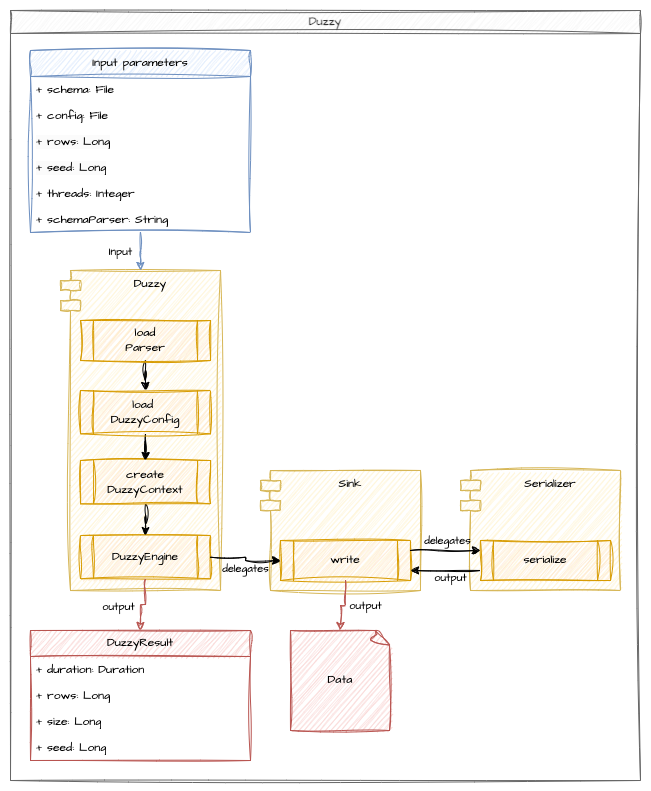
Before: docs/images/duzzy_main.png, a diagram exported from draw.io (bhagenbourger/duzzy). Source tidied: cells renumbered, new cells last; positions are measured from the earlier drawing's top-left corner, leaving out a move shared by most shapes.
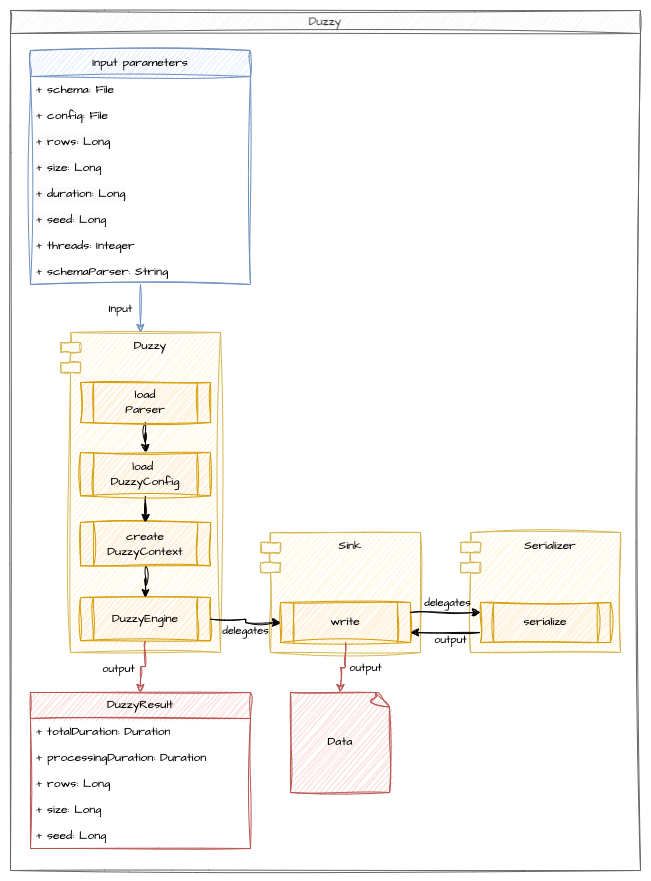
Later version of the same file.

Change to the diagram source:
```diff
@@ -3,16 +3,16 @@
     <mxCell id="0" />
     <mxCell id="1" parent="0" />
     <mxCell id="2" value="Duzzy" style="swimlane;whiteSpace=wrap;html=1;sketch=1;hachureGap=4;jiggle=2;curveFitting=1;fontFamily=Architects Daughter;fontSource=https%3A%2F%2Ffonts.googleapis.com%2Fcss%3Ffamily%3DArchitects%2BDaughter;fillColor=#f5f5f5;fontColor=#333333;strokeColor=#666666;" parent="1" vertex="1">
-      <mxGeometry width="630" height="770" as="geometry" />
+      <mxGeometry width="630" height="860" as="geometry" />
     </mxCell>
     <mxCell id="3" value="Serializer" style="shape=module;align=left;spacingLeft=20;align=center;verticalAlign=top;whiteSpace=wrap;html=1;sketch=1;hachureGap=4;jiggle=2;curveFitting=1;fontFamily=Architects Daughter;fontSource=https%3A%2F%2Ffonts.googleapis.com%2Fcss%3Ffamily%3DArchitects%2BDaughter;fillColor=#fff2cc;strokeColor=#d6b656;" parent="2" vertex="1">
-      <mxGeometry x="450" y="460" width="160" height="120" as="geometry" />
+      <mxGeometry x="450" y="522" width="160" height="120" as="geometry" />
     </mxCell>
     <mxCell id="4" value="serialize" style="shape=process;whiteSpace=wrap;html=1;backgroundOutline=1;sketch=1;hachureGap=4;jiggle=2;curveFitting=1;fontFamily=Architects Daughter;fontSource=https%3A%2F%2Ffonts.googleapis.com%2Fcss%3Ffamily%3DArchitects%2BDaughter;fillColor=#ffe6cc;strokeColor=#d79b00;" parent="3" vertex="1">
       <mxGeometry x="20" y="70" width="130" height="40" as="geometry" />
     </mxCell>
     <mxCell id="5" value="Sink" style="shape=module;align=left;spacingLeft=20;align=center;verticalAlign=top;whiteSpace=wrap;html=1;sketch=1;hachureGap=4;jiggle=2;curveFitting=1;fontFamily=Architects Daughter;fontSource=https%3A%2F%2Ffonts.googleapis.com%2Fcss%3Ffamily%3DArchitects%2BDaughter;fillColor=#fff2cc;strokeColor=#d6b656;" parent="2" vertex="1">
-      <mxGeometry x="250" y="460" width="160" height="120" as="geometry" />
+      <mxGeometry x="250" y="522" width="160" height="120" as="geometry" />
     </mxCell>
     <mxCell id="6" value="write" style="shape=process;whiteSpace=wrap;html=1;backgroundOutline=1;sketch=1;hachureGap=4;jiggle=2;curveFitting=1;fontFamily=Architects Daughter;fontSource=https%3A%2F%2Ffonts.googleapis.com%2Fcss%3Ffamily%3DArchitects%2BDaughter;fillColor=#ffe6cc;strokeColor=#d79b00;" parent="5" vertex="1">
       <mxGeometry x="20" y="70" width="130" height="40" as="geometry" />
@@ -30,7 +30,7 @@
       <mxGeometry x="-0.2" y="-1" relative="1" as="geometry" />
     </mxCell>
     <mxCell id="11" value="Duzzy" style="shape=module;align=left;spacingLeft=20;align=center;verticalAlign=top;whiteSpace=wrap;html=1;sketch=1;hachureGap=4;jiggle=2;curveFitting=1;fontFamily=Architects Daughter;fontSource=https%3A%2F%2Ffonts.googleapis.com%2Fcss%3Ffamily%3DArchitects%2BDaughter;fillColor=#fff2cc;strokeColor=#d6b656;" parent="2" vertex="1">
-      <mxGeometry x="50" y="260" width="160" height="320" as="geometry" />
+      <mxGeometry x="50" y="322" width="160" height="320" as="geometry" />
     </mxCell>
     <mxCell id="12" value="DuzzyEngine" style="shape=process;whiteSpace=wrap;html=1;backgroundOutline=1;sketch=1;hachureGap=4;jiggle=2;curveFitting=1;fontFamily=Architects Daughter;fontSource=https%3A%2F%2Ffonts.googleapis.com%2Fcss%3Ffamily%3DArchitects%2BDaughter;fillColor=#ffe6cc;strokeColor=#d79b00;" parent="11" vertex="1">
       <mxGeometry x="20" y="265" width="130" height="43.3" as="geometry" />
@@ -57,20 +57,23 @@
       <mxGeometry x="0.01" relative="1" as="geometry" />
     </mxCell>
     <mxCell id="20" value="DuzzyResult" style="swimlane;fontStyle=0;horizontal=1;startSize=26;fillColor=#f8cecc;whiteSpace=wrap;html=1;sketch=1;hachureGap=4;jiggle=2;curveFitting=1;fontFamily=Architects Daughter;fontSource=https%3A%2F%2Ffonts.googleapis.com%2Fcss%3Ffamily%3DArchitects%2BDaughter;swimlaneLine=1;strokeColor=#b85450;" parent="2" vertex="1">
-      <mxGeometry x="20" y="620" width="220" height="130" as="geometry" />
+      <mxGeometry x="20" y="682" width="220" height="156" as="geometry" />
     </mxCell>
-    <mxCell id="21" value="+ duration: Duration" style="text;strokeColor=none;fillColor=none;align=left;verticalAlign=top;spacingLeft=4;spacingRight=4;overflow=hidden;whiteSpace=wrap;html=1;fontFamily=Architects Daughter;fontSource=https%3A%2F%2Ffonts.googleapis.com%2Fcss%3Ffamily%3DArchitects%2BDaughter;" parent="20" vertex="1">
+    <mxCell id="21" value="+ totalDuration: Duration" style="text;strokeColor=none;fillColor=none;align=left;verticalAlign=top;spacingLeft=4;spacingRight=4;overflow=hidden;whiteSpace=wrap;html=1;fontFamily=Architects Daughter;fontSource=https%3A%2F%2Ffonts.googleapis.com%2Fcss%3Ffamily%3DArchitects%2BDaughter;" parent="20" vertex="1">
       <mxGeometry y="26" width="220" height="26" as="geometry" />
     </mxCell>
+    <mxCell id="24" value="+ processingDuration: Duration" style="text;strokeColor=none;fillColor=none;align=left;verticalAlign=top;spacingLeft=4;spacingRight=4;overflow=hidden;whiteSpace=wrap;html=1;fontFamily=Architects Daughter;fontSource=https%3A%2F%2Ffonts.googleapis.com%2Fcss%3Ffamily%3DArchitects%2BDaughter;" parent="20" vertex="1">
+      <mxGeometry y="52" width="220" height="26" as="geometry" />
+    </mxCell>
     <mxCell id="22" value="+ rows: Long" style="text;strokeColor=none;fillColor=none;align=left;verticalAlign=top;spacingLeft=4;spacingRight=4;overflow=hidden;whiteSpace=wrap;html=1;fontFamily=Architects Daughter;fontSource=https%3A%2F%2Ffonts.googleapis.com%2Fcss%3Ffamily%3DArchitects%2BDaughter;" parent="20" vertex="1">
-      <mxGeometry y="52" width="220" height="26" as="geometry" />
+      <mxGeometry y="78" width="220" height="26" as="geometry" />
     </mxCell>
     <mxCell id="23" value="+ size: Long" style="text;strokeColor=none;fillColor=none;align=left;verticalAlign=top;spacingLeft=4;spacingRight=4;overflow=hidden;whiteSpace=wrap;html=1;fontFamily=Architects Daughter;fontSource=https%3A%2F%2Ffonts.googleapis.com%2Fcss%3Ffamily%3DArchitects%2BDaughter;" parent="20" vertex="1">
-      <mxGeometry y="78" width="220" height="26" as="geometry" />
+      <mxGeometry y="104" width="220" height="26" as="geometry" />
     </mxCell>
-    <mxCell id="24" value="+ seed: Long" style="text;strokeColor=none;fillColor=none;align=left;verticalAlign=top;spacingLeft=4;spacingRight=4;overflow=hidden;whiteSpace=wrap;html=1;fontFamily=Architects Daughter;fontSource=https%3A%2F%2Ffonts.googleapis.com%2Fcss%3Ffamily%3DArchitects%2BDaughter;" parent="20" vertex="1">
-      <mxGeometry y="104" width="220" height="26" as="geometry" />
-    </mxCell>
+    <mxCell id="38" value="+ seed: Long" style="text;strokeColor=none;fillColor=none;align=left;verticalAlign=top;spacingLeft=4;spacingRight=4;overflow=hidden;whiteSpace=wrap;html=1;fontFamily=Architects Daughter;fontSource=https%3A%2F%2Ffonts.googleapis.com%2Fcss%3Ffamily%3DArchitects%2BDaughter;" parent="20" vertex="1">
+      <mxGeometry y="130" width="220" height="26" as="geometry" />
+    </mxCell>
     <mxCell id="25" style="edgeStyle=orthogonalEdgeStyle;rounded=0;sketch=1;hachureGap=4;jiggle=2;curveFitting=1;jettySize=auto;html=1;exitX=0.5;exitY=1;exitDx=0;exitDy=0;entryX=0.5;entryY=0;entryDx=0;entryDy=0;fontFamily=Architects Daughter;fontSource=https%3A%2F%2Ffonts.googleapis.com%2Fcss%3Ffamily%3DArchitects%2BDaughter;fillColor=#f8cecc;strokeColor=#b85450;spacingRight=10;" parent="2" edge="1" source="12" target="20">
       <mxGeometry relative="1" as="geometry" />
     </mxCell>
@@ -81,7 +84,7 @@
       <mxGeometry relative="1" as="geometry" />
     </mxCell>
     <mxCell id="28" value="Input parameters" style="swimlane;fontStyle=0;horizontal=1;startSize=26;fillColor=#dae8fc;whiteSpace=wrap;html=1;sketch=1;hachureGap=4;jiggle=2;curveFitting=1;fontFamily=Architects Daughter;fontSource=https%3A%2F%2Ffonts.googleapis.com%2Fcss%3Ffamily%3DArchitects%2BDaughter;swimlaneLine=1;strokeColor=#6c8ebf;" parent="2" vertex="1">
-      <mxGeometry x="20" y="40" width="220" height="182" as="geometry" />
+      <mxGeometry x="20" y="40" width="220" height="234" as="geometry" />
     </mxCell>
     <mxCell id="29" value="+ schema: File" style="text;strokeColor=none;fillColor=none;align=left;verticalAlign=top;spacingLeft=4;spacingRight=4;overflow=hidden;whiteSpace=wrap;html=1;fontFamily=Architects Daughter;fontSource=https%3A%2F%2Ffonts.googleapis.com%2Fcss%3Ffamily%3DArchitects%2BDaughter;" parent="28" vertex="1">
       <mxGeometry y="26" width="220" height="26" as="geometry" />
@@ -92,17 +95,23 @@
     <mxCell id="31" value="&lt;meta charset=&quot;utf-8&quot;&gt;&lt;span style=&quot;color: rgb(0, 0, 0); font-family: &amp;quot;Architects Daughter&amp;quot;; font-size: 12px; font-style: normal; font-variant-ligatures: normal; font-variant-caps: normal; font-weight: 400; letter-spacing: normal; orphans: 2; text-align: left; text-indent: 0px; text-transform: none; widows: 2; word-spacing: 0px; -webkit-text-stroke-width: 0px; white-space: normal; background-color: rgb(251, 251, 251); text-decoration-thickness: initial; text-decoration-style: initial; text-decoration-color: initial; display: inline !important; float: none;&quot;&gt;+ rows: Long&lt;/span&gt;" style="text;strokeColor=none;fillColor=none;align=left;verticalAlign=top;spacingLeft=4;spacingRight=4;overflow=hidden;whiteSpace=wrap;html=1;fontFamily=Architects Daughter;fontSource=https%3A%2F%2Ffonts.googleapis.com%2Fcss%3Ffamily%3DArchitects%2BDaughter;" parent="28" vertex="1">
       <mxGeometry y="78" width="220" height="26" as="geometry" />
     </mxCell>
+    <mxCell id="39" value="&lt;span style=&quot;color: rgb(0, 0, 0); font-family: &amp;quot;Architects Daughter&amp;quot;; font-size: 12px; font-style: normal; font-variant-ligatures: normal; font-variant-caps: normal; font-weight: 400; letter-spacing: normal; orphans: 2; text-align: left; text-indent: 0px; text-transform: none; widows: 2; word-spacing: 0px; -webkit-text-stroke-width: 0px; white-space: normal; background-color: rgb(251, 251, 251); text-decoration-thickness: initial; text-decoration-style: initial; text-decoration-color: initial; float: none; display: inline !important;&quot;&gt;+ size: Long&lt;/span&gt;" style="text;strokeColor=none;fillColor=none;align=left;verticalAlign=top;spacingLeft=4;spacingRight=4;overflow=hidden;whiteSpace=wrap;html=1;fontFamily=Architects Daughter;fontSource=https%3A%2F%2Ffonts.googleapis.com%2Fcss%3Ffamily%3DArchitects%2BDaughter;" parent="28" vertex="1">
+      <mxGeometry y="104" width="220" height="26" as="geometry" />
+    </mxCell>
+    <mxCell id="40" value="&lt;span style=&quot;color: rgb(0, 0, 0); font-family: &amp;quot;Architects Daughter&amp;quot;; font-size: 12px; font-style: normal; font-variant-ligatures: normal; font-variant-caps: normal; font-weight: 400; letter-spacing: normal; orphans: 2; text-align: left; text-indent: 0px; text-transform: none; widows: 2; word-spacing: 0px; -webkit-text-stroke-width: 0px; white-space: normal; background-color: rgb(251, 251, 251); text-decoration-thickness: initial; text-decoration-style: initial; text-decoration-color: initial; float: none; display: inline !important;&quot;&gt;+ duration: Long&lt;/span&gt;" style="text;strokeColor=none;fillColor=none;align=left;verticalAlign=top;spacingLeft=4;spacingRight=4;overflow=hidden;whiteSpace=wrap;html=1;fontFamily=Architects Daughter;fontSource=https%3A%2F%2Ffonts.googleapis.com%2Fcss%3Ffamily%3DArchitects%2BDaughter;" parent="28" vertex="1">
+      <mxGeometry y="130" width="220" height="26" as="geometry" />
+    </mxCell>
     <mxCell id="32" value="&lt;meta charset=&quot;utf-8&quot;&gt;&lt;span style=&quot;color: rgb(0, 0, 0); font-family: &amp;quot;Architects Daughter&amp;quot;; font-size: 12px; font-style: normal; font-variant-ligatures: normal; font-variant-caps: normal; font-weight: 400; letter-spacing: normal; orphans: 2; text-align: left; text-indent: 0px; text-transform: none; widows: 2; word-spacing: 0px; -webkit-text-stroke-width: 0px; white-space: normal; background-color: rgb(251, 251, 251); text-decoration-thickness: initial; text-decoration-style: initial; text-decoration-color: initial; display: inline !important; float: none;&quot;&gt;+ seed: Long&lt;/span&gt;" style="text;strokeColor=none;fillColor=none;align=left;verticalAlign=top;spacingLeft=4;spacingRight=4;overflow=hidden;whiteSpace=wrap;html=1;fontFamily=Architects Daughter;fontSource=https%3A%2F%2Ffonts.googleapis.com%2Fcss%3Ffamily%3DArchitects%2BDaughter;" parent="28" vertex="1">
-      <mxGeometry y="104" width="220" height="26" as="geometry" />
+      <mxGeometry y="156" width="220" height="26" as="geometry" />
     </mxCell>
     <mxCell id="33" value="+ threads: Integer" style="text;strokeColor=none;fillColor=none;align=left;verticalAlign=top;spacingLeft=4;spacingRight=4;overflow=hidden;whiteSpace=wrap;html=1;fontFamily=Architects Daughter;fontSource=https%3A%2F%2Ffonts.googleapis.com%2Fcss%3Ffamily%3DArchitects%2BDaughter;" parent="28" vertex="1">
-      <mxGeometry y="130" width="220" height="26" as="geometry" />
+      <mxGeometry y="182" width="220" height="26" as="geometry" />
     </mxCell>
     <mxCell id="34" value="+ schemaParser: String" style="text;strokeColor=none;fillColor=none;align=left;verticalAlign=top;spacingLeft=4;spacingRight=4;overflow=hidden;whiteSpace=wrap;html=1;fontFamily=Architects Daughter;fontSource=https%3A%2F%2Ffonts.googleapis.com%2Fcss%3Ffamily%3DArchitects%2BDaughter;" parent="28" vertex="1">
-      <mxGeometry y="156" width="220" height="26" as="geometry" />
+      <mxGeometry y="208" width="220" height="26" as="geometry" />
     </mxCell>
     <mxCell id="35" value="Data" style="whiteSpace=wrap;html=1;shape=mxgraph.basic.document;sketch=1;hachureGap=4;jiggle=2;curveFitting=1;fontFamily=Architects Daughter;fontSource=https%3A%2F%2Ffonts.googleapis.com%2Fcss%3Ffamily%3DArchitects%2BDaughter;fillColor=#f8cecc;strokeColor=#b85450;" parent="2" vertex="1">
-      <mxGeometry x="280" y="620" width="100" height="100" as="geometry" />
+      <mxGeometry x="280" y="682" width="100" height="100" as="geometry" />
     </mxCell>
     <mxCell id="36" style="edgeStyle=orthogonalEdgeStyle;rounded=0;sketch=1;hachureGap=4;jiggle=2;curveFitting=1;jettySize=auto;html=1;entryX=0.5;entryY=0;entryDx=0;entryDy=0;entryPerimeter=0;fontFamily=Architects Daughter;fontSource=https%3A%2F%2Ffonts.googleapis.com%2Fcss%3Ffamily%3DArchitects%2BDaughter;fillColor=#f8cecc;strokeColor=#b85450;labelBackgroundColor=none;spacingTop=10;" parent="2" edge="1" source="6" target="35">
       <mxGeometry relative="1" as="geometry" />
```
